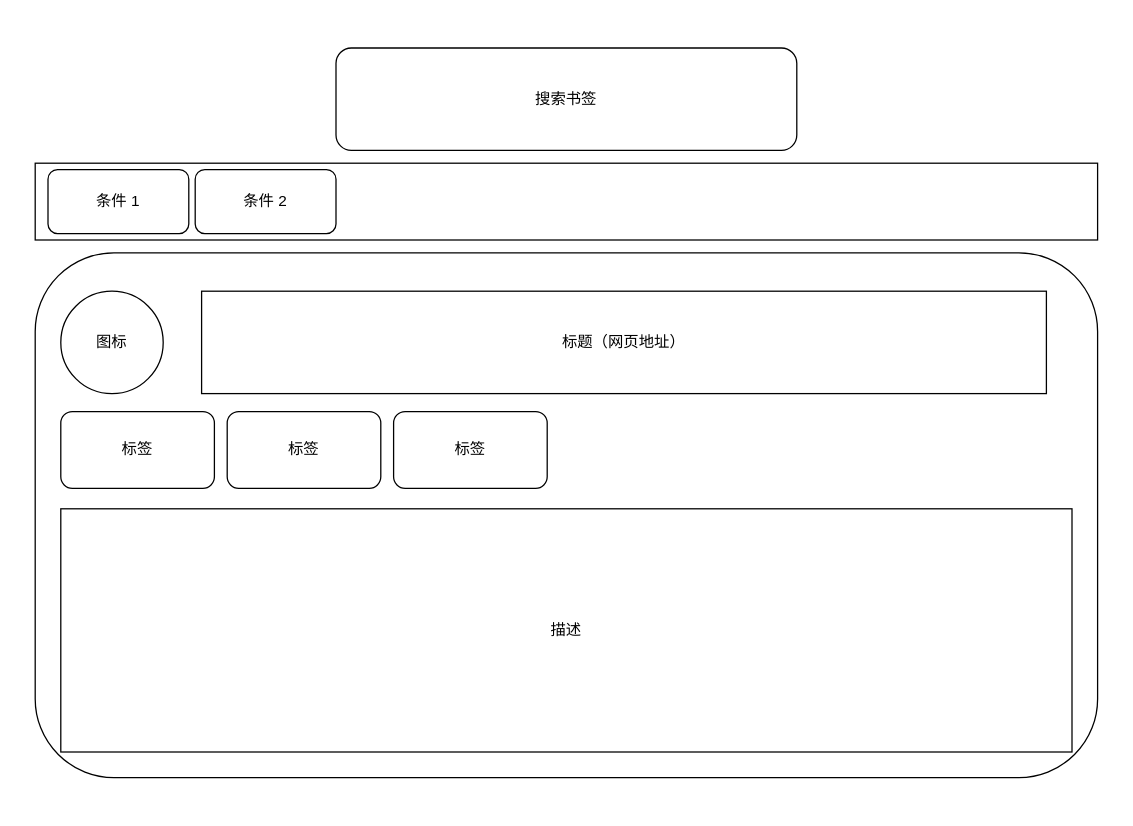
Above: .drawio in langnang/simple-bookmark (draw.io), before the change. Source tidied: cells renumbered, new cells numbered last; positions are measured from the earlier drawing's top-left corner, leaving out a move shared by most shapes. Both pictures are drawn from the tidied source at 128%, with x=0, y=0 at pixel (35, 47).
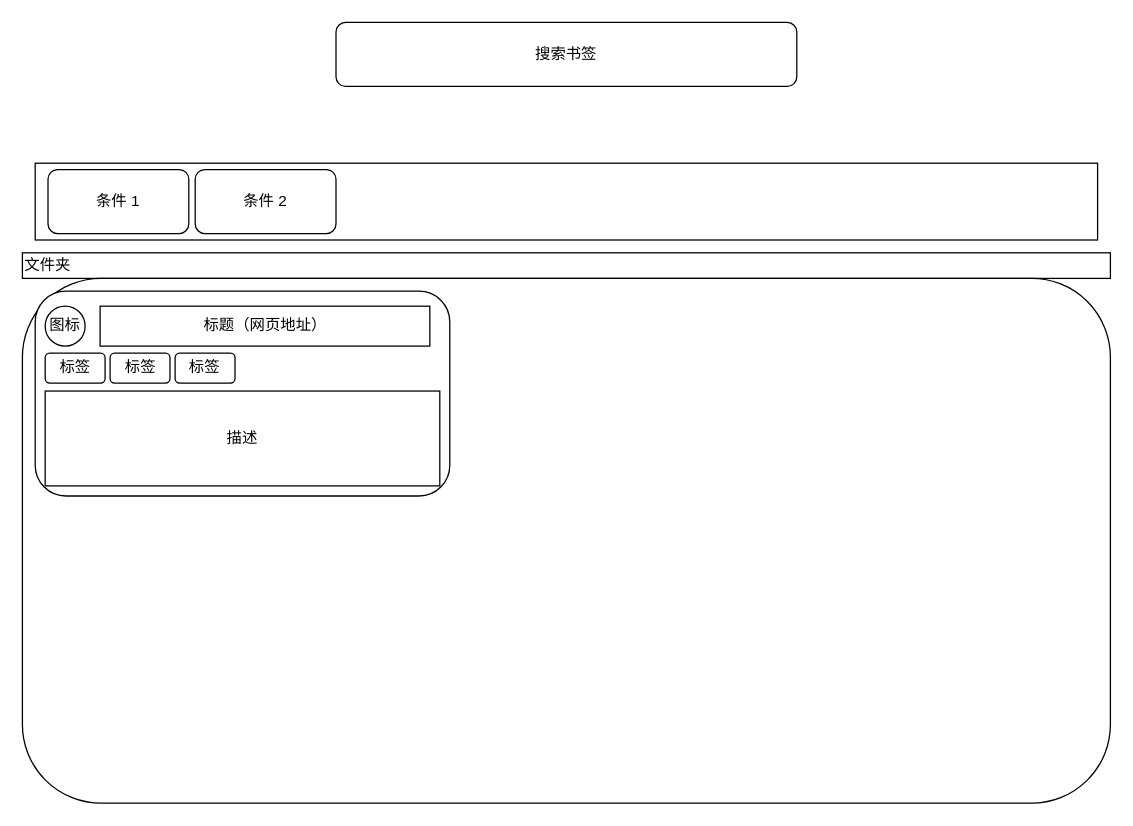
The same diagram, later.

Diff of the diagram source:
```diff
@@
 <mxGraphModel>
   <root>
     <mxCell id="0" />
     <mxCell id="1" parent="0" />
     <mxCell id="2" value="搜索书签" style="rounded=1;whiteSpace=wrap;html=1;perimeter=rectanglePerimeter;sketch=0;" parent="1" vertex="1">
-      <mxGeometry x="235" width="360" height="80" as="geometry" />
+      <mxGeometry x="235" y="-20" width="360" height="50" as="geometry" />
     </mxCell>
+    <mxCell id="10" style="rounded=0;whiteSpace=wrap;html=1;" parent="1" vertex="1">
+      <mxGeometry y="90" width="830" height="60" as="geometry" />
+    </mxCell>
+    <mxCell id="11" value="条件 1" style="rounded=1;whiteSpace=wrap;html=1;sketch=0;" parent="1" vertex="1">
+      <mxGeometry x="10" y="95" width="110" height="50" as="geometry" />
+    </mxCell>
+    <mxCell id="12" value="条件 2" style="rounded=1;whiteSpace=wrap;html=1;sketch=0;" parent="1" vertex="1">
+      <mxGeometry x="125" y="95" width="110" height="50" as="geometry" />
+    </mxCell>
+    <mxCell id="13" value="文件夹" style="rounded=0;whiteSpace=wrap;html=1;align=left;" parent="1" vertex="1">
+      <mxGeometry x="-10" y="160" width="850" height="20" as="geometry" />
+    </mxCell>
+    <mxCell id="14" style="rounded=1;whiteSpace=wrap;html=1;align=left;" parent="1" vertex="1">
+      <mxGeometry x="-10" y="180" width="850" height="410" as="geometry" />
+    </mxCell>
+    <mxCell id="15" style="group;" parent="1" vertex="1">
+      <mxGeometry y="190" width="323.9" height="160" as="geometry" />
+    </mxCell>
-    <mxCell id="3" style="rounded=1;whiteSpace=wrap;html=1;sketch=0;" parent="1" vertex="1">
-      <mxGeometry y="160" width="830" height="410" as="geometry" />
+    <mxCell id="3" style="rounded=1;whiteSpace=wrap;html=1;sketch=0;" parent="15" vertex="1">
+      <mxGeometry width="323.9" height="160" as="geometry" />
     </mxCell>
-    <mxCell id="4" value="图标" style="ellipse;whiteSpace=wrap;html=1;rounded=1;sketch=0;" parent="1" vertex="1">
-      <mxGeometry x="20" y="190" width="80" height="80" as="geometry" />
+    <mxCell id="4" value="图标" style="ellipse;whiteSpace=wrap;html=1;rounded=1;sketch=0;" parent="15" vertex="1">
+      <mxGeometry x="7.8" y="11.7" width="31.2" height="31.2" as="geometry" />
     </mxCell>
-    <mxCell id="5" value="标题（网页地址）" style="rounded=0;whiteSpace=wrap;html=1;sketch=0;" parent="1" vertex="1">
-      <mxGeometry x="130" y="190" width="660" height="80" as="geometry" />
+    <mxCell id="5" value="标题（网页地址）" style="rounded=0;whiteSpace=wrap;html=1;sketch=0;" parent="15" vertex="1">
+      <mxGeometry x="50.7" y="11.7" width="257.6" height="31.2" as="geometry" />
     </mxCell>
-    <mxCell id="6" value="描述" style="rounded=0;whiteSpace=wrap;html=1;sketch=0;" parent="1" vertex="1">
-      <mxGeometry x="20" y="360" width="790" height="190" as="geometry" />
+    <mxCell id="6" value="描述" style="rounded=0;whiteSpace=wrap;html=1;sketch=0;" parent="15" vertex="1">
+      <mxGeometry x="7.8" y="78" width="308.3" height="74.1" as="geometry" />
     </mxCell>
-    <mxCell id="7" value="标签" style="rounded=1;whiteSpace=wrap;html=1;sketch=0;" parent="1" vertex="1">
-      <mxGeometry x="20" y="284" width="120" height="60" as="geometry" />
+    <mxCell id="7" value="标签" style="rounded=1;whiteSpace=wrap;html=1;sketch=0;" parent="15" vertex="1">
+      <mxGeometry x="7.8" y="48.4" width="46.8" height="23.4" as="geometry" />
     </mxCell>
-    <mxCell id="8" value="标签" style="rounded=1;whiteSpace=wrap;html=1;sketch=0;" parent="1" vertex="1">
-      <mxGeometry x="150" y="284" width="120" height="60" as="geometry" />
+    <mxCell id="8" value="标签" style="rounded=1;whiteSpace=wrap;html=1;sketch=0;" parent="15" vertex="1">
+      <mxGeometry x="58.5" y="48.4" width="46.8" height="23.4" as="geometry" />
     </mxCell>
-    <mxCell id="9" value="标签" style="rounded=1;whiteSpace=wrap;html=1;sketch=0;" parent="1" vertex="1">
-      <mxGeometry x="280" y="284" width="120" height="60" as="geometry" />
+    <mxCell id="9" value="标签" style="rounded=1;whiteSpace=wrap;html=1;sketch=0;" parent="15" vertex="1">
+      <mxGeometry x="109.3" y="48.4" width="46.8" height="23.4" as="geometry" />
     </mxCell>
-    <mxCell id="10" style="rounded=0;whiteSpace=wrap;html=1;" parent="1" vertex="1">
-      <mxGeometry y="90" width="830" height="60" as="geometry" />
-    </mxCell>
-    <mxCell id="11" value="条件 1" style="rounded=1;whiteSpace=wrap;html=1;sketch=0;" parent="1" vertex="1">
-      <mxGeometry x="10" y="95" width="110" height="50" as="geometry" />
-    </mxCell>
-    <mxCell id="12" value="条件 2" style="rounded=1;whiteSpace=wrap;html=1;sketch=0;" parent="1" vertex="1">
-      <mxGeometry x="125" y="95" width="110" height="50" as="geometry" />
-    </mxCell>
   </root>
 </mxGraphModel>
```
